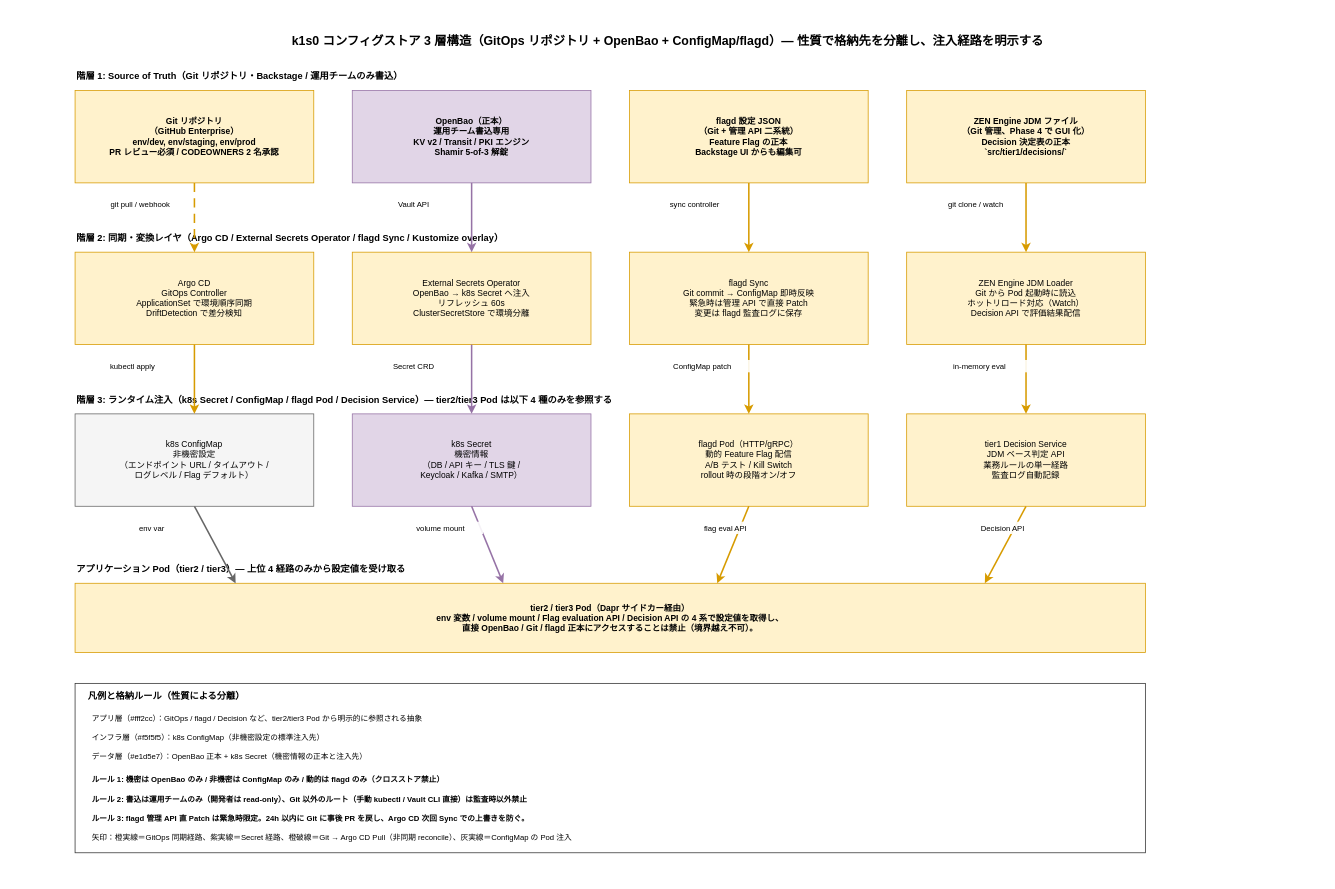
Before: docs/04_概要設計/55_運用ライフサイクル方式設計/img/03_環境構成管理方式/config_store_structure.drawio in RyuheiKiso/k1s0, a draw.io diagram. Source tidied: cells renumbered, new cells numbered last; positions are measured from the earlier drawing's top-left corner, leaving out a move shared by most shapes. Both pictures are drawn from the tidied source at 77%, with x=0, y=0 at pixel (13, 13).
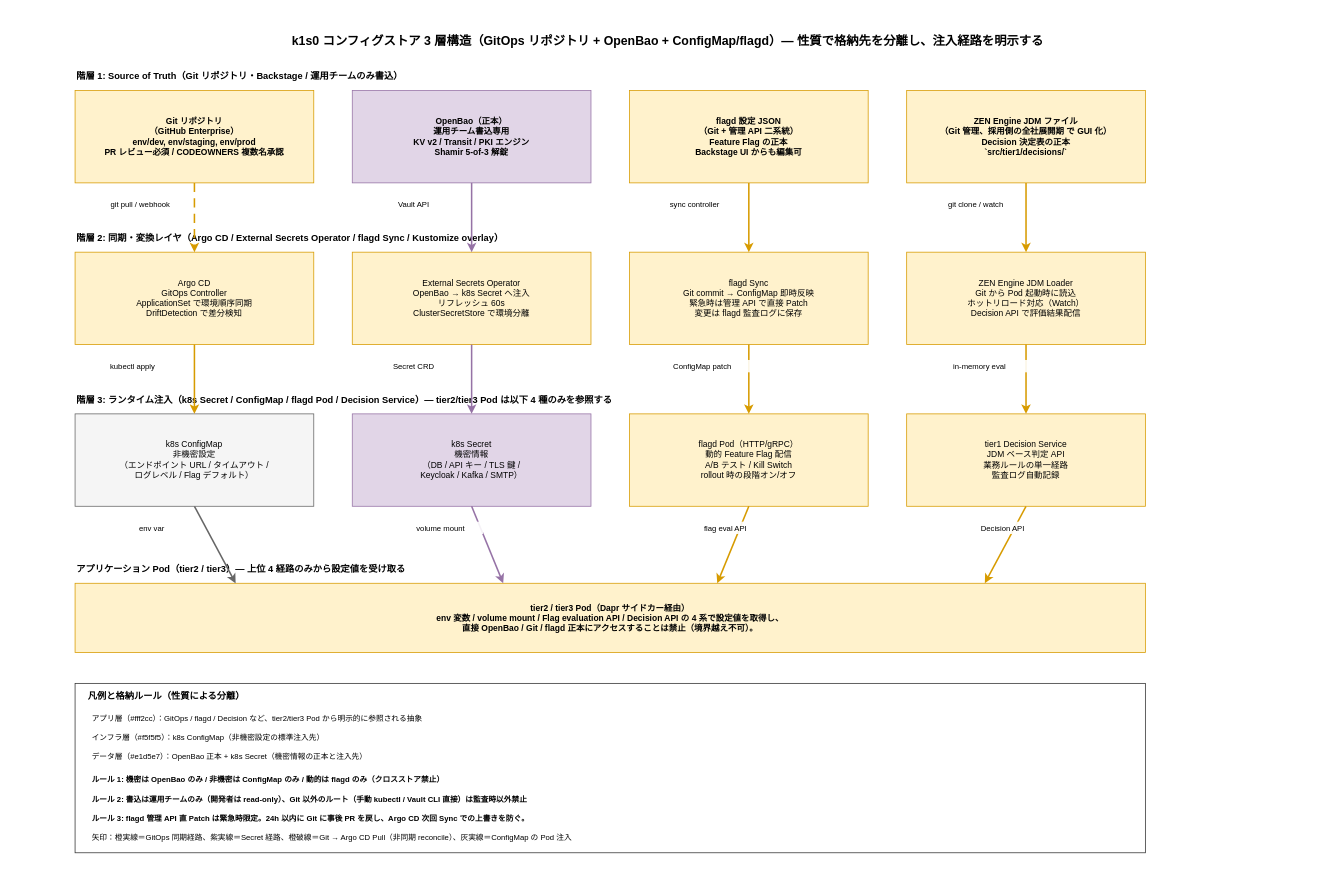
Above is the later version.

Diff of the diagram source:
```diff
@@
-    <mxCell id="5" value="Git リポジトリ&#10;（GitHub Enterprise）&#10;env/dev, env/staging, env/prod&#10;PR レビュー必須 / CODEOWNERS 2 名承認" style="rounded=0;whiteSpace=wrap;html=1;fillColor=#fff2cc;strokeColor=#d79b00;fontSize=11;fontStyle=1;" parent="1" vertex="1">
+    <mxCell id="5" value="Git リポジトリ&#10;（GitHub Enterprise）&#10;env/dev, env/staging, env/prod&#10;PR レビュー必須 / CODEOWNERS 複数名承認" style="rounded=0;whiteSpace=wrap;html=1;fillColor=#fff2cc;strokeColor=#d79b00;fontSize=11;fontStyle=1;" parent="1" vertex="1">
       <mxGeometry x="80" y="100" width="310" height="120" as="geometry" />
     </mxCell>
@@
-    <mxCell id="8" value="ZEN Engine JDM ファイル&#10;（Git 管理、Phase 4 で GUI 化）&#10;Decision 決定表の正本&#10;`src/tier1/decisions/`" style="rounded=0;whiteSpace=wrap;html=1;fillColor=#fff2cc;strokeColor=#d79b00;fontSize=11;fontStyle=1;" parent="1" vertex="1">
+    <mxCell id="8" value="ZEN Engine JDM ファイル&#10;（Git 管理、採用側の全社展開期 で GUI 化）&#10;Decision 決定表の正本&#10;`src/tier1/decisions/`" style="rounded=0;whiteSpace=wrap;html=1;fillColor=#fff2cc;strokeColor=#d79b00;fontSize=11;fontStyle=1;" parent="1" vertex="1">
       <mxGeometry x="1160" y="100" width="310" height="120" as="geometry" />
     </mxCell>
```
